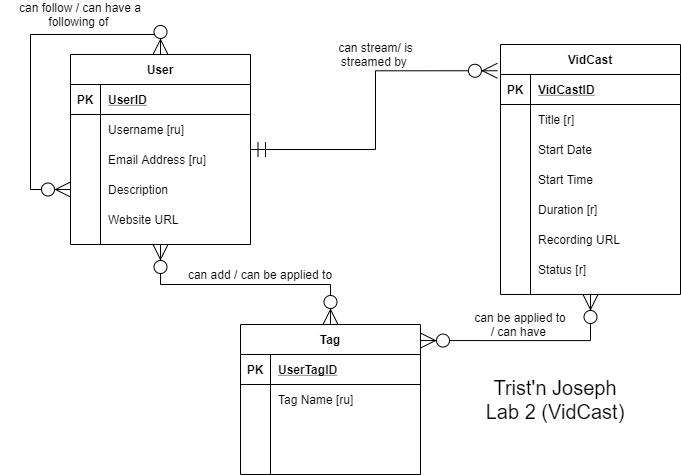
Above: Lab 2/Lab 02 - Conceptual Modeling (VidCast).png in trisxcj1/SyracuseUniversity_IST659 (draw.io), before the change. Source tidied: cells renumbered, new cells last; positions are measured from the earlier drawing's top-left corner, leaving out a move shared by most shapes.
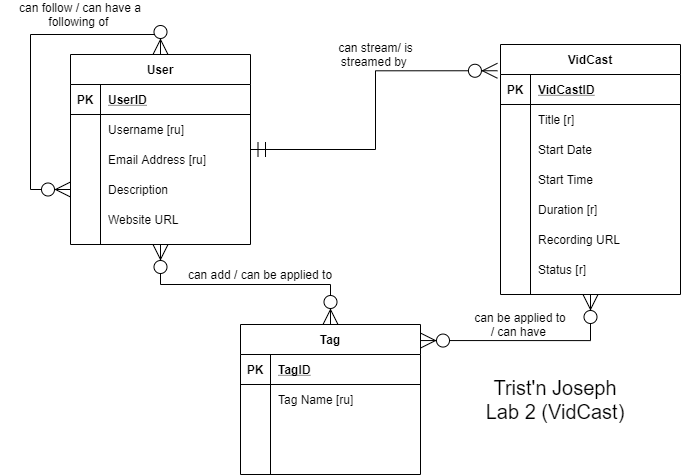
Later version of the same file.

The edit, as a diff of the source:
```diff
@@ -80,7 +80,7 @@
     <mxCell id="25" value="PK" style="shape=partialRectangle;fillColor=none;top=0;left=0;bottom=0;right=0;fontStyle=1;overflow=hidden;" parent="24" vertex="1">
       <mxGeometry width="30" height="30" as="geometry" />
     </mxCell>
-    <mxCell id="26" value="UserTagID" style="shape=partialRectangle;fillColor=none;top=0;left=0;bottom=0;right=0;align=left;spacingLeft=6;fontStyle=5;overflow=hidden;" parent="24" vertex="1">
+    <mxCell id="26" value="TagID" style="shape=partialRectangle;fillColor=none;top=0;left=0;bottom=0;right=0;align=left;spacingLeft=6;fontStyle=5;overflow=hidden;" parent="24" vertex="1">
       <mxGeometry x="30" width="150" height="30" as="geometry" />
     </mxCell>
     <mxCell id="27" style="shape=partialRectangle;fillColor=none;top=0;left=0;bottom=0;right=0;" parent="23" vertex="1">
```
